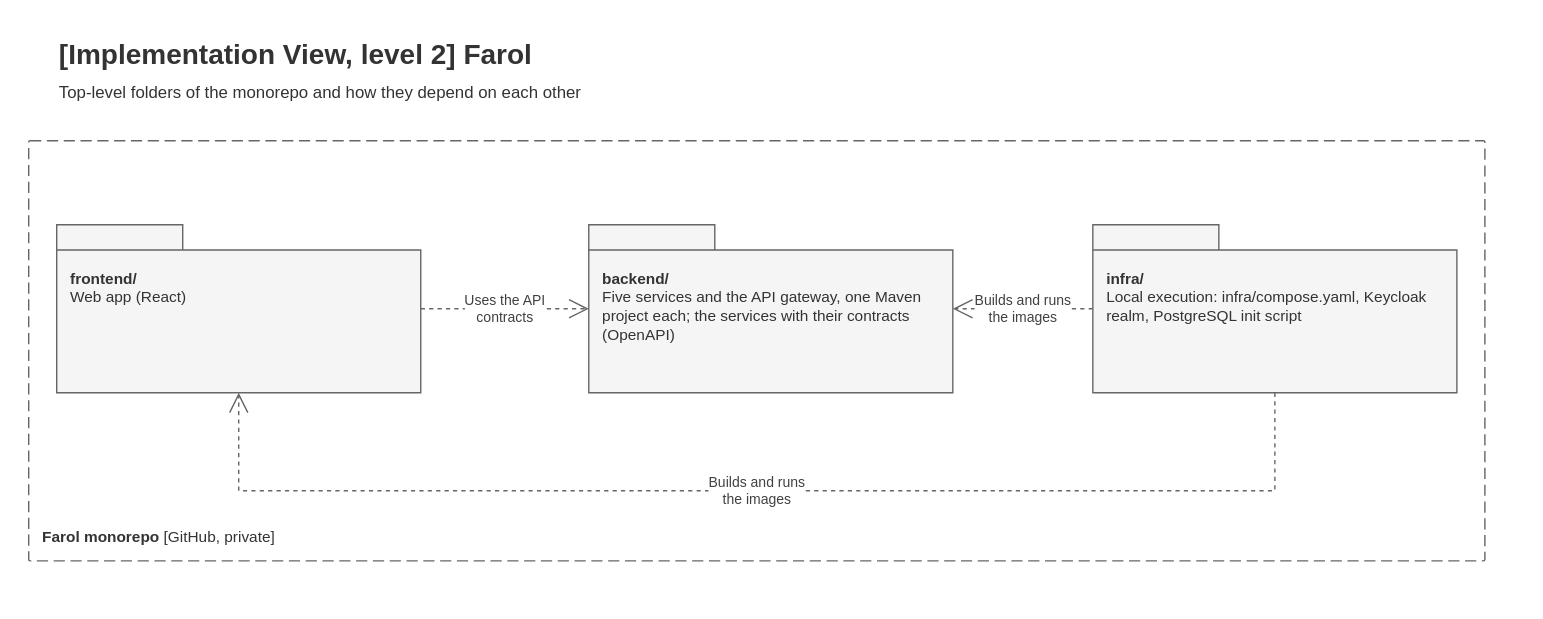
This is Docs/Technical/diagrams/implementation-view-level-2.drawio.svg from tomasoliveira21/LABDSOF, a draw.io export, as it was before one commit. Source tidied: cells renumbered, new cells last; positions are measured from the earlier drawing's top-left corner, leaving out a move shared by most shapes.
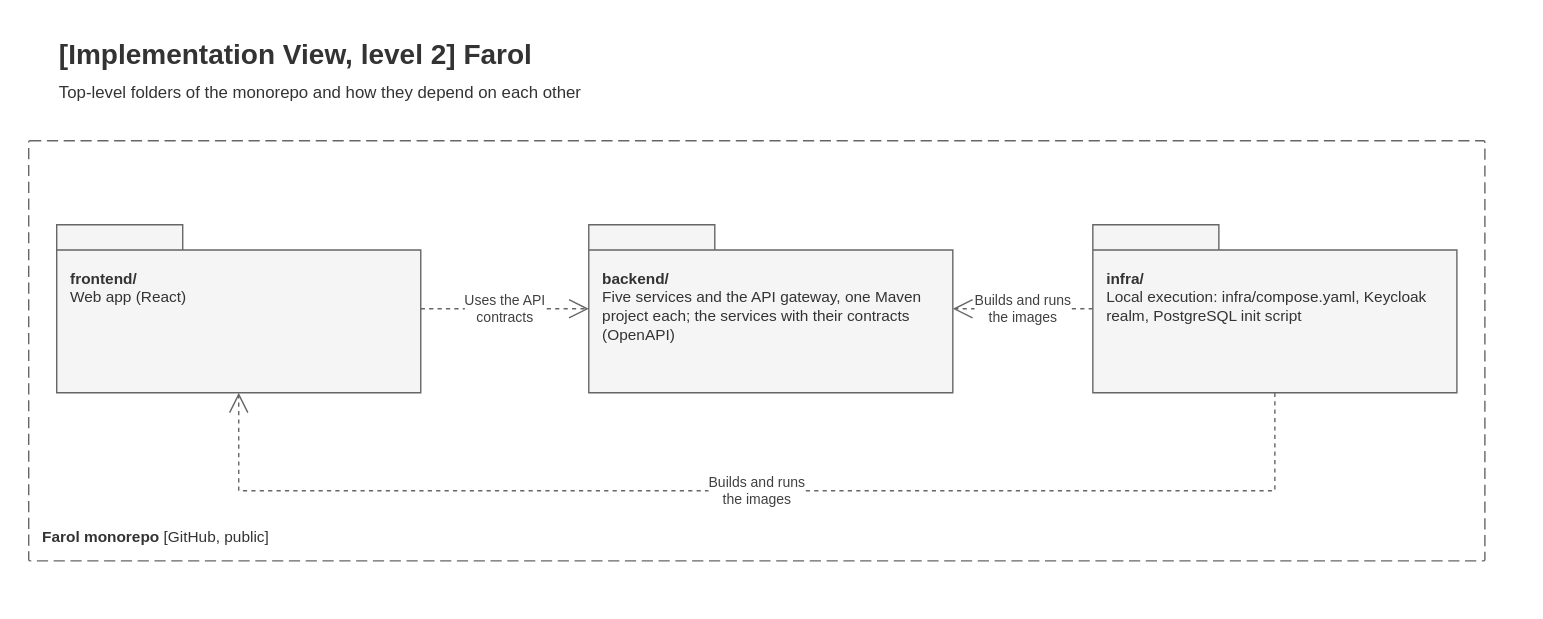
The same diagram one commit later.

Diff of the diagram source:
```diff
@@ -5,7 +5,7 @@
     <mxCell id="2" value="&lt;b&gt;[Implementation View, level 2] Farol&lt;/b&gt;&lt;br&gt;&lt;font style=&quot;font-size:12px&quot;&gt;Top-level folders of the monorepo and how they depend on each other&lt;/font&gt;" style="text;html=1;align=left;verticalAlign=top;fontSize=20;fontColor=#333333;" parent="1" vertex="1">
       <mxGeometry x="20" width="1000" height="60" as="geometry" />
     </mxCell>
-    <mxCell id="3" value="&lt;b&gt;Farol monorepo&lt;/b&gt; [GitHub, private]" style="rounded=1;arcSize=2;absoluteArcSize=1;whiteSpace=wrap;html=1;dashed=1;dashPattern=8 4;fillColor=none;strokeColor=#666666;fontColor=#333333;align=left;verticalAlign=bottom;spacing=10;fontSize=11;" parent="1" vertex="1">
+    <mxCell id="3" value="&lt;b&gt;Farol monorepo&lt;/b&gt; [GitHub, public]" style="rounded=1;arcSize=2;absoluteArcSize=1;whiteSpace=wrap;html=1;dashed=1;dashPattern=8 4;fillColor=none;strokeColor=#666666;fontColor=#333333;align=left;verticalAlign=bottom;spacing=10;fontSize=11;" parent="1" vertex="1">
       <mxGeometry y="80" width="1040" height="300" as="geometry" />
     </mxCell>
     <mxCell id="4" value="&lt;b&gt;frontend/&lt;/b&gt;&lt;br&gt;Web app (React)" style="shape=folder;tabWidth=90;tabHeight=18;tabPosition=left;whiteSpace=wrap;html=1;fillColor=#f5f5f5;strokeColor=#666666;fontColor=#333333;verticalAlign=top;align=left;spacing=10;spacingTop=18;fontSize=11;" parent="1" vertex="1">
```
